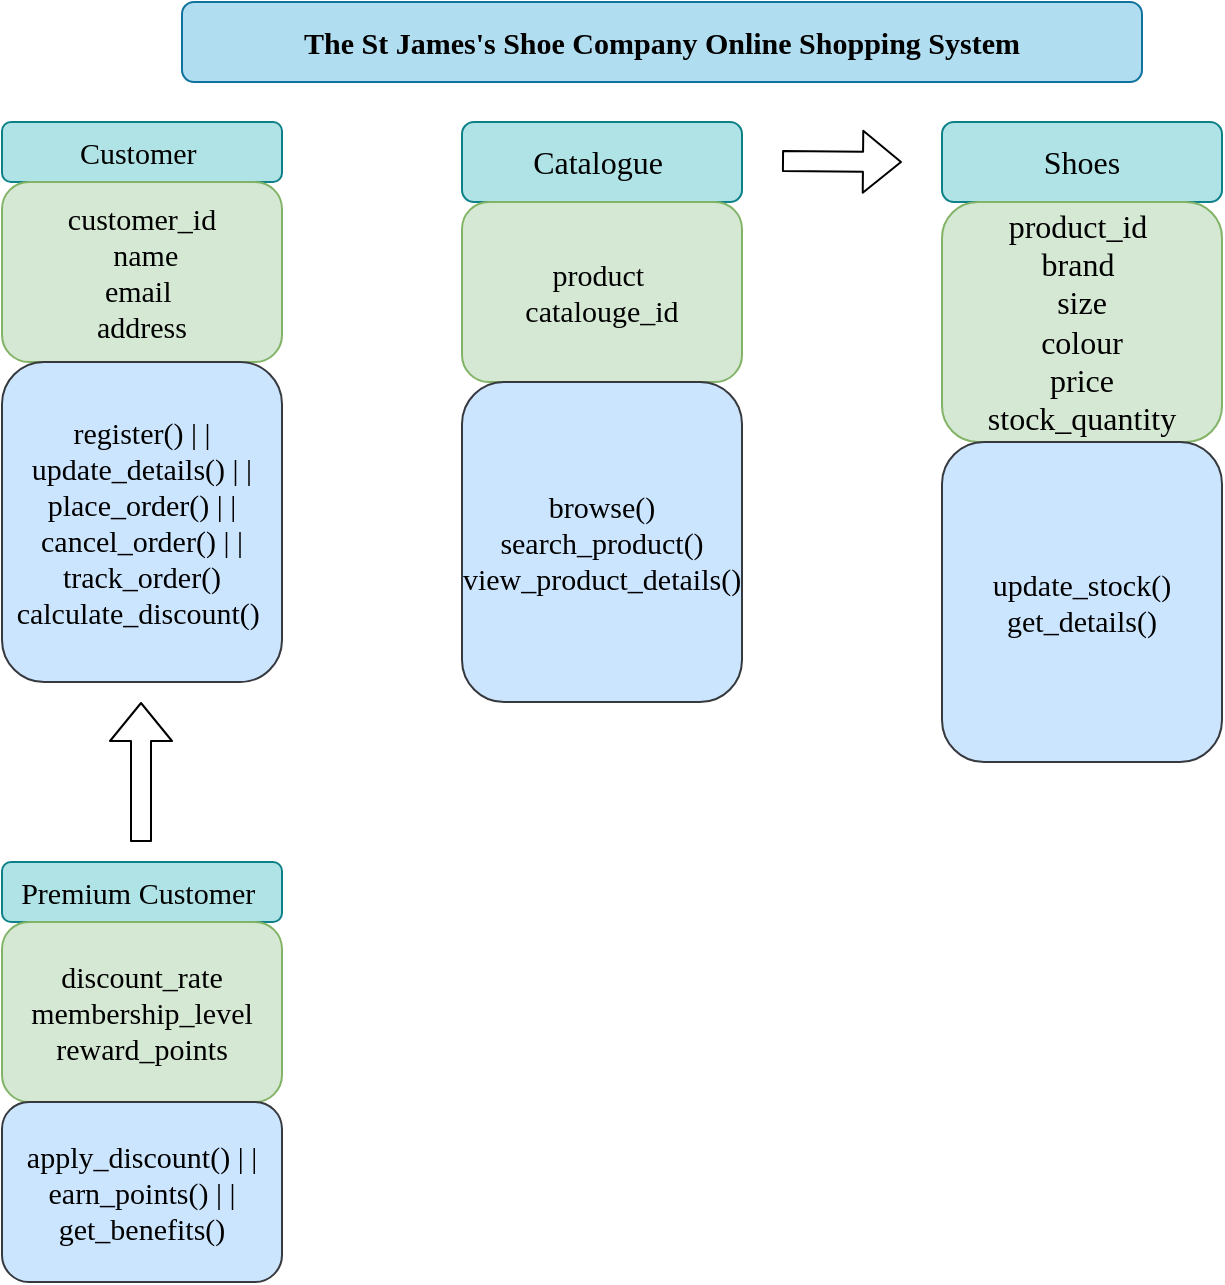
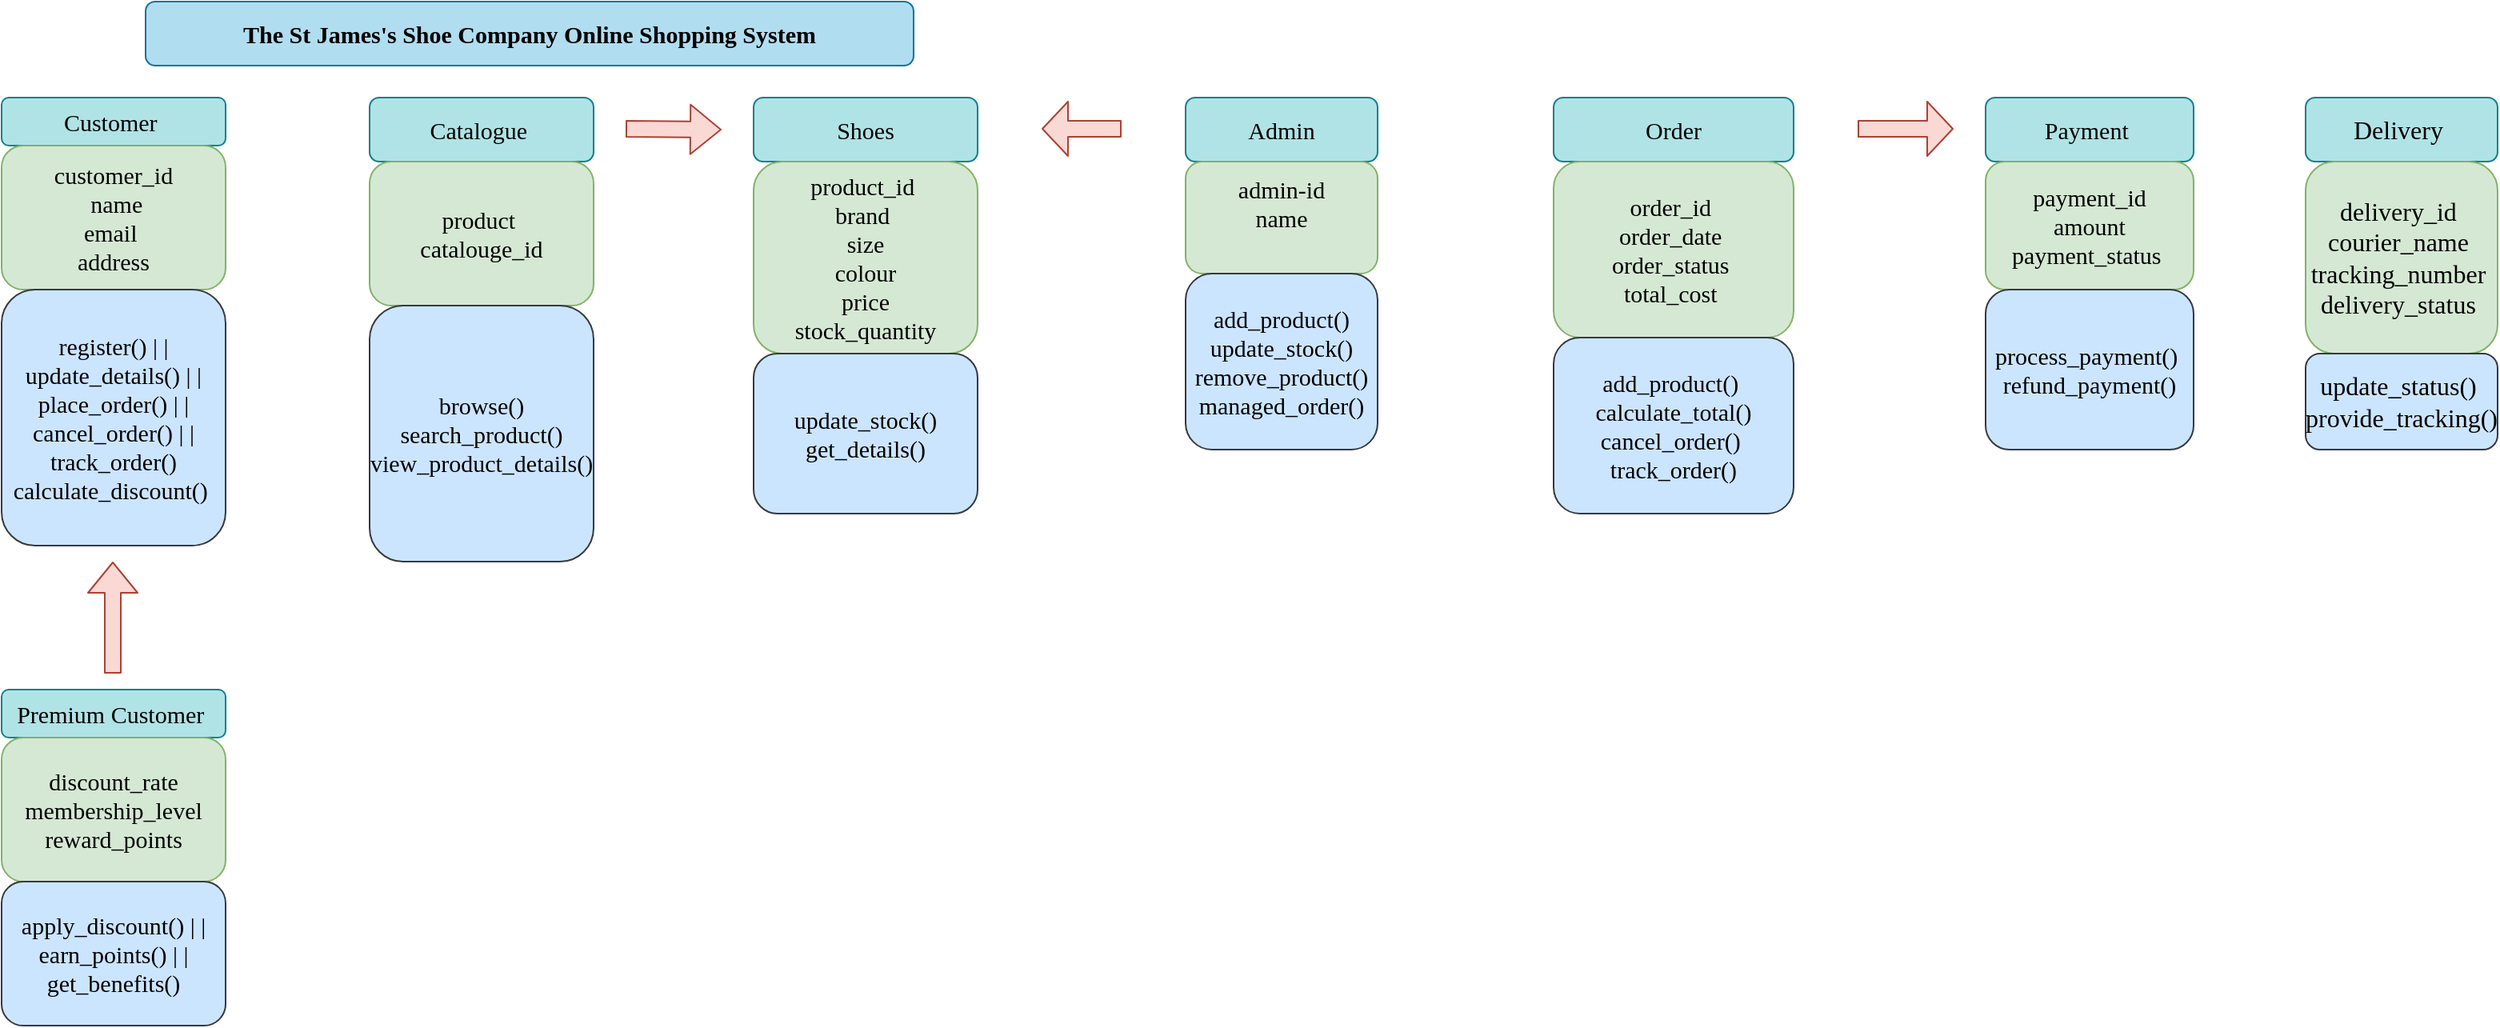
<mxfile host="app.diagrams.net">
  <diagram name="Page-1" id="zBQsa7cZHyROo2B0buzC">
-     <mxGraphModel dx="443" dy="619" grid="1" gridSize="10" guides="1" tooltips="1" connect="1" arrows="1" fold="1" page="1" pageScale="1" pageWidth="1654" pageHeight="2336" background="#FFFFFF" math="0" shadow="0">
+     <mxGraphModel dx="934" dy="619" grid="1" gridSize="10" guides="1" tooltips="1" connect="1" arrows="1" fold="1" page="1" pageScale="1" pageWidth="1654" pageHeight="2336" background="#FFFFFF" math="0" shadow="0">
      <root>
        <mxCell id="0" />
        <mxCell id="1" parent="0" />
        <mxCell id="wbyo3HuhCAC_yU22lBOG-1" parent="1" style="rounded=1;whiteSpace=wrap;html=1;fillColor=#b1ddf0;strokeColor=#10739e;fontFamily=Times New Roman;fontStyle=1;fontSize=15;" value="&lt;span data-token-index=&quot;0&quot; class=&quot;notion-enable-hover&quot; style=&quot;text-align: start;&quot;&gt;The St James&#39;s Shoe Company Online Shopping System&lt;/span&gt;" vertex="1">
          <mxGeometry height="40" width="480" x="110" y="20" as="geometry" />
        </mxCell>
        <mxCell id="wbyo3HuhCAC_yU22lBOG-4" edge="1" parent="1" source="wbyo3HuhCAC_yU22lBOG-2" style="edgeStyle=orthogonalEdgeStyle;rounded=1;orthogonalLoop=1;jettySize=auto;html=1;fontFamily=Times New Roman;fontSize=15;" target="wbyo3HuhCAC_yU22lBOG-3" value="">
          <mxGeometry relative="1" as="geometry" />
        </mxCell>
        <mxCell id="wbyo3HuhCAC_yU22lBOG-2" parent="1" style="rounded=1;whiteSpace=wrap;html=1;fillColor=#b0e3e6;strokeColor=#0e8088;fontFamily=Times New Roman;fontSize=15;" value="&lt;span style=&quot;text-align: start;&quot;&gt;Customer&amp;nbsp;&lt;/span&gt;" vertex="1">
          <mxGeometry height="30" width="140" x="20" y="80" as="geometry" />
        </mxCell>
        <mxCell id="wbyo3HuhCAC_yU22lBOG-3" parent="1" style="whiteSpace=wrap;html=1;rounded=1;fillColor=#d5e8d4;strokeColor=#82b366;fontFamily=Times New Roman;fontSize=15;" value="&lt;span style=&quot;text-align: start;&quot;&gt;customer_id&lt;/span&gt;&lt;div&gt;&lt;span style=&quot;text-align: start;&quot;&gt;&amp;nbsp; name&amp;nbsp;&lt;/span&gt;&lt;/div&gt;&lt;div&gt;&lt;span style=&quot;text-align: start;&quot;&gt;email&amp;nbsp;&lt;/span&gt;&lt;/div&gt;&lt;div&gt;&lt;span style=&quot;text-align: start;&quot;&gt;address&lt;/span&gt;&lt;/div&gt;" vertex="1">
          <mxGeometry height="90" width="140" x="20" y="110" as="geometry" />
        </mxCell>
        <mxCell id="wbyo3HuhCAC_yU22lBOG-5" parent="1" style="rounded=1;whiteSpace=wrap;html=1;fillColor=#cce5ff;strokeColor=#36393d;fontFamily=Times New Roman;fontSize=15;" value="&lt;span style=&quot;caret-color: rgb(0, 0, 0); color: rgb(0, 0, 0); font-style: normal; font-variant-caps: normal; font-weight: 400; letter-spacing: normal; orphans: 2; text-align: start; text-indent: 0px; text-transform: none; white-space: normal; widows: 2; word-spacing: 0px; -webkit-text-stroke-width: 0px; text-decoration: none; float: none; display: inline !important;&quot;&gt;register() | | update_details() | | place_order() | | cancel_order() | | track_order() calculate_discount()&lt;span class=&quot;Apple-converted-space&quot;&gt;&amp;nbsp;&lt;/span&gt;&lt;/span&gt;" vertex="1">
          <mxGeometry height="160" width="140" x="20" y="200" as="geometry" />
        </mxCell>
-         <mxCell id="wbyo3HuhCAC_yU22lBOG-6" edge="1" parent="1" style="shape=flexArrow;endArrow=classic;html=1;rounded=1;fontFamily=Times New Roman;fontSize=15;" value="">
+         <mxCell id="wbyo3HuhCAC_yU22lBOG-6" edge="1" parent="1" style="shape=flexArrow;endArrow=classic;html=1;rounded=1;fontFamily=Times New Roman;fontSize=15;fillColor=#fad9d5;strokeColor=#ae4132;" value="">
          <mxGeometry height="50" relative="1" width="50" as="geometry">
            <Array as="points" />
            <mxPoint x="89.5" y="440" as="sourcePoint" />
            <mxPoint x="89.5" y="370" as="targetPoint" />
          </mxGeometry>
        </mxCell>
        <mxCell id="wbyo3HuhCAC_yU22lBOG-7" parent="1" style="rounded=1;whiteSpace=wrap;html=1;fillColor=#b0e3e6;strokeColor=#0e8088;fontFamily=Times New Roman;fontSize=15;" value="&lt;font&gt;Premium Customer&amp;nbsp;&lt;/font&gt;" vertex="1">
          <mxGeometry height="30" width="140" x="20" y="450" as="geometry" />
        </mxCell>
        <mxCell id="wbyo3HuhCAC_yU22lBOG-8" parent="1" style="rounded=1;whiteSpace=wrap;html=1;fontFamily=Times New Roman;fontSize=15;fillColor=#d5e8d4;strokeColor=#82b366;" value="&lt;span style=&quot;text-align: start;&quot;&gt;discount_rate membership_level &amp;nbsp;reward_points&amp;nbsp;&lt;/span&gt;" vertex="1">
          <mxGeometry height="90" width="140" x="20" y="480" as="geometry" />
        </mxCell>
        <mxCell id="wbyo3HuhCAC_yU22lBOG-9" parent="1" style="rounded=1;whiteSpace=wrap;html=1;fontFamily=Times New Roman;fontSize=15;fillColor=#cce5ff;strokeColor=#36393d;" value="&lt;span style=&quot;caret-color: rgb(0, 0, 0); color: rgb(0, 0, 0); font-style: normal; font-variant-caps: normal; font-weight: 400; letter-spacing: normal; orphans: 2; text-align: start; text-indent: 0px; text-transform: none; white-space: normal; widows: 2; word-spacing: 0px; -webkit-text-stroke-width: 0px; text-decoration: none; float: none; display: inline !important;&quot;&gt;apply_discount() | | earn_points() | | get_benefits()&lt;/span&gt;" vertex="1">
          <mxGeometry height="90" width="140" x="20" y="570" as="geometry" />
        </mxCell>
-         <mxCell id="wbyo3HuhCAC_yU22lBOG-10" parent="1" style="rounded=1;whiteSpace=wrap;html=1;fillColor=#b0e3e6;strokeColor=#0e8088;" value="&lt;span style=&quot;font-family: -webkit-standard; font-size: medium; text-align: start;&quot;&gt;Catalogue&amp;nbsp;&lt;/span&gt;" vertex="1">
+         <mxCell id="wbyo3HuhCAC_yU22lBOG-10" parent="1" style="rounded=1;whiteSpace=wrap;html=1;fillColor=#b0e3e6;strokeColor=#0e8088;fontFamily=Times New Roman;fontSize=15;" value="&lt;span style=&quot;text-align: start;&quot;&gt;Catalogue&amp;nbsp;&lt;/span&gt;" vertex="1">
          <mxGeometry height="40" width="140" x="250" y="80" as="geometry" />
        </mxCell>
        <mxCell id="wbyo3HuhCAC_yU22lBOG-11" parent="1" style="whiteSpace=wrap;html=1;rounded=1;fillColor=#d5e8d4;strokeColor=#82b366;fontFamily=Times New Roman;fontSize=15;" value="product&amp;nbsp;&lt;div&gt;catalouge_id&lt;/div&gt;" vertex="1">
          <mxGeometry height="90" width="140" x="250" y="120" as="geometry" />
        </mxCell>
        <mxCell id="wbyo3HuhCAC_yU22lBOG-12" parent="1" style="rounded=1;whiteSpace=wrap;html=1;fillColor=#cce5ff;strokeColor=#36393d;fontFamily=Times New Roman;fontSize=15;" value="browse()&lt;div&gt;search_product()&lt;/div&gt;&lt;div&gt;view_product_details()&lt;/div&gt;" vertex="1">
          <mxGeometry height="160" width="140" x="250" y="210" as="geometry" />
        </mxCell>
-         <mxCell id="wbyo3HuhCAC_yU22lBOG-13" edge="1" parent="1" style="shape=flexArrow;endArrow=classic;html=1;rounded=1;" value="">
+         <mxCell id="wbyo3HuhCAC_yU22lBOG-13" edge="1" parent="1" style="shape=flexArrow;endArrow=classic;html=1;rounded=1;fillColor=#fad9d5;strokeColor=#ae4132;fontFamily=Times New Roman;fontSize=15;" value="">
          <mxGeometry height="50" relative="1" width="50" as="geometry">
            <mxPoint x="410" y="99.5" as="sourcePoint" />
            <mxPoint x="470" y="100" as="targetPoint" />
          </mxGeometry>
        </mxCell>
-         <mxCell id="wbyo3HuhCAC_yU22lBOG-14" parent="1" style="rounded=1;whiteSpace=wrap;html=1;fillColor=#b0e3e6;strokeColor=#0e8088;" value="&lt;span style=&quot;font-family: -webkit-standard; font-size: medium; text-align: start;&quot;&gt;Shoes&lt;/span&gt;" vertex="1">
+         <mxCell id="wbyo3HuhCAC_yU22lBOG-14" parent="1" style="rounded=1;whiteSpace=wrap;html=1;fillColor=#b0e3e6;strokeColor=#0e8088;fontFamily=Times New Roman;fontSize=15;" value="&lt;span style=&quot;text-align: start;&quot;&gt;Shoes&lt;/span&gt;" vertex="1">
          <mxGeometry height="40" width="140" x="490" y="80" as="geometry" />
        </mxCell>
-         <mxCell id="wbyo3HuhCAC_yU22lBOG-15" parent="1" style="whiteSpace=wrap;html=1;rounded=1;fillColor=#d5e8d4;strokeColor=#82b366;fontFamily=Times New Roman;fontSize=15;" value="&lt;div&gt;&lt;span style=&quot;font-family: -webkit-standard; font-size: medium; text-align: start;&quot;&gt;&lt;br&gt;&lt;/span&gt;&lt;/div&gt;&lt;span style=&quot;font-family: -webkit-standard; font-size: medium; text-align: start;&quot;&gt;product_id&amp;nbsp;&lt;/span&gt;&lt;br&gt;&lt;div&gt;&lt;span style=&quot;font-family: -webkit-standard; font-size: medium; text-align: start;&quot;&gt;brand&amp;nbsp;&lt;/span&gt;&lt;span style=&quot;font-family: -webkit-standard; font-size: medium; text-align: start;&quot;&gt;&lt;br&gt;&lt;/span&gt;&lt;/div&gt;&lt;div&gt;&lt;span style=&quot;font-family: -webkit-standard; font-size: medium; text-align: start;&quot;&gt;size&lt;/span&gt;&lt;/div&gt;&lt;div&gt;&lt;span style=&quot;font-family: -webkit-standard; font-size: medium; text-align: start;&quot;&gt;colour&lt;/span&gt;&lt;/div&gt;&lt;div&gt;&lt;span style=&quot;font-family: -webkit-standard; font-size: medium; text-align: start;&quot;&gt;price&lt;/span&gt;&lt;/div&gt;&lt;div&gt;&lt;span style=&quot;font-family: -webkit-standard; font-size: medium; text-align: start;&quot;&gt;stock_quantity&lt;/span&gt;&lt;/div&gt;&lt;div&gt;&lt;span style=&quot;font-family: -webkit-standard; font-size: medium; text-align: start;&quot;&gt;&lt;br&gt;&lt;/span&gt;&lt;/div&gt;" vertex="1">
+         <mxCell id="wbyo3HuhCAC_yU22lBOG-15" parent="1" style="whiteSpace=wrap;html=1;rounded=1;fillColor=#d5e8d4;strokeColor=#82b366;fontFamily=Times New Roman;fontSize=15;" value="&lt;div&gt;&lt;span style=&quot;text-align: start;&quot;&gt;&lt;br&gt;&lt;/span&gt;&lt;/div&gt;&lt;span style=&quot;text-align: start;&quot;&gt;product_id&amp;nbsp;&lt;/span&gt;&lt;br&gt;&lt;div&gt;&lt;span style=&quot;text-align: start;&quot;&gt;brand&amp;nbsp;&lt;/span&gt;&lt;span style=&quot;text-align: start;&quot;&gt;&lt;br&gt;&lt;/span&gt;&lt;/div&gt;&lt;div&gt;&lt;span style=&quot;text-align: start;&quot;&gt;size&lt;/span&gt;&lt;/div&gt;&lt;div&gt;&lt;span style=&quot;text-align: start;&quot;&gt;colour&lt;/span&gt;&lt;/div&gt;&lt;div&gt;&lt;span style=&quot;text-align: start;&quot;&gt;price&lt;/span&gt;&lt;/div&gt;&lt;div&gt;&lt;span style=&quot;text-align: start;&quot;&gt;stock_quantity&lt;/span&gt;&lt;/div&gt;&lt;div&gt;&lt;span style=&quot;text-align: start;&quot;&gt;&lt;br&gt;&lt;/span&gt;&lt;/div&gt;" vertex="1">
          <mxGeometry height="120" width="140" x="490" y="120" as="geometry" />
        </mxCell>
        <mxCell id="wbyo3HuhCAC_yU22lBOG-16" parent="1" style="rounded=1;whiteSpace=wrap;html=1;fillColor=#cce5ff;strokeColor=#36393d;fontFamily=Times New Roman;fontSize=15;" value="update_stock()&lt;div&gt;get_details()&lt;/div&gt;" vertex="1">
-           <mxGeometry height="160" width="140" x="490" y="240" as="geometry" />
+           <mxGeometry height="100" width="140" x="490" y="240" as="geometry" />
+         </mxCell>
+         <mxCell id="wbyo3HuhCAC_yU22lBOG-18" edge="1" parent="1" style="shape=flexArrow;endArrow=classic;html=1;rounded=1;endWidth=23;endSize=5;fillColor=#fad9d5;strokeColor=#ae4132;fontFamily=Times New Roman;fontSize=15;" value="">
+           <mxGeometry height="50" relative="1" width="50" as="geometry">
+             <mxPoint x="720" y="99.5" as="sourcePoint" />
+             <mxPoint x="670" y="99.5" as="targetPoint" />
+           </mxGeometry>
+         </mxCell>
+         <mxCell id="wbyo3HuhCAC_yU22lBOG-19" parent="1" style="rounded=1;whiteSpace=wrap;html=1;fontFamily=Times New Roman;fontSize=15;fillColor=#b0e3e6;strokeColor=#0e8088;" value="&lt;font&gt;Admin&lt;/font&gt;" vertex="1">
+           <mxGeometry height="40" width="120" x="760" y="80" as="geometry" />
+         </mxCell>
+         <mxCell id="wbyo3HuhCAC_yU22lBOG-20" parent="1" style="rounded=1;whiteSpace=wrap;html=1;fontSize=15;fontFamily=Times New Roman;fillColor=#d5e8d4;strokeColor=#82b366;" value="admin-id&lt;div&gt;name&lt;/div&gt;&lt;div&gt;&lt;br&gt;&lt;/div&gt;" vertex="1">
+           <mxGeometry height="70" width="120" x="760" y="120" as="geometry" />
+         </mxCell>
+         <mxCell id="wbyo3HuhCAC_yU22lBOG-21" parent="1" style="rounded=1;whiteSpace=wrap;html=1;fontSize=15;fontFamily=Times New Roman;fillColor=#cce5ff;strokeColor=#36393d;" value="add_product()&lt;div&gt;update_stock()&lt;/div&gt;&lt;div&gt;remove_product()&lt;/div&gt;&lt;div&gt;managed_order()&lt;/div&gt;" vertex="1">
+           <mxGeometry height="110" width="120" x="760" y="190" as="geometry" />
+         </mxCell>
+         <mxCell id="wbyo3HuhCAC_yU22lBOG-22" parent="1" style="rounded=1;whiteSpace=wrap;html=1;fontFamily=Times New Roman;fontSize=15;fillColor=#b0e3e6;strokeColor=#0e8088;" value="Order" vertex="1">
+           <mxGeometry height="40" width="150" x="990" y="80" as="geometry" />
+         </mxCell>
+         <mxCell id="wbyo3HuhCAC_yU22lBOG-23" parent="1" style="rounded=1;whiteSpace=wrap;html=1;fontFamily=Times New Roman;fontSize=15;fillColor=#d5e8d4;strokeColor=#82b366;" value="&lt;span style=&quot;text-align: start;&quot;&gt;order_id&amp;nbsp;&lt;/span&gt;&lt;div&gt;&lt;span style=&quot;text-align: start;&quot;&gt;order_date&amp;nbsp;&lt;/span&gt;&lt;span style=&quot;text-align: start;&quot;&gt;&lt;br&gt;&lt;/span&gt;&lt;/div&gt;&lt;div&gt;&lt;span style=&quot;text-align: start;&quot;&gt;order_status&amp;nbsp;&lt;/span&gt;&lt;span style=&quot;text-align: start;&quot;&gt;&lt;br&gt;&lt;/span&gt;&lt;/div&gt;&lt;div&gt;&lt;span style=&quot;text-align: start;&quot;&gt;total_cost&amp;nbsp;&lt;/span&gt;&lt;span style=&quot;text-align: start;&quot;&gt;&lt;br&gt;&lt;/span&gt;&lt;/div&gt;" vertex="1">
+           <mxGeometry height="110" width="150" x="990" y="120" as="geometry" />
+         </mxCell>
+         <mxCell id="wbyo3HuhCAC_yU22lBOG-24" parent="1" style="rounded=1;whiteSpace=wrap;html=1;fontFamily=Times New Roman;fontSize=15;fillColor=#cce5ff;strokeColor=#36393d;" value="&lt;span style=&quot;text-align: start;&quot;&gt;add_product()&amp;nbsp;&lt;/span&gt;&lt;div&gt;&lt;span style=&quot;text-align: start;&quot;&gt;calculate_total()&lt;/span&gt;&lt;span style=&quot;text-align: start;&quot;&gt;&lt;br&gt;&lt;/span&gt;&lt;/div&gt;&lt;div&gt;&lt;span style=&quot;text-align: start;&quot;&gt;cancel_order()&amp;nbsp;&lt;/span&gt;&lt;span style=&quot;text-align: start;&quot;&gt;&lt;br&gt;&lt;/span&gt;&lt;/div&gt;&lt;div&gt;&lt;span style=&quot;text-align: start;&quot;&gt;track_order()&lt;/span&gt;&lt;span style=&quot;text-align: start;&quot;&gt;&lt;br&gt;&lt;/span&gt;&lt;/div&gt;" vertex="1">
+           <mxGeometry height="110" width="150" x="990" y="230" as="geometry" />
+         </mxCell>
+         <mxCell id="wbyo3HuhCAC_yU22lBOG-26" edge="1" parent="1" style="shape=flexArrow;endArrow=classic;html=1;rounded=1;endWidth=23;endSize=5;fillColor=#fad9d5;strokeColor=#ae4132;fontFamily=Times New Roman;fontSize=15;" value="">
+           <mxGeometry height="50" relative="1" width="50" as="geometry">
+             <Array as="points">
+               <mxPoint x="1180" y="99.5" />
+             </Array>
+             <mxPoint x="1180" y="99.5" as="sourcePoint" />
+             <mxPoint x="1240" y="99.5" as="targetPoint" />
+           </mxGeometry>
+         </mxCell>
+         <mxCell id="wbyo3HuhCAC_yU22lBOG-27" parent="1" style="rounded=1;whiteSpace=wrap;html=1;fontFamily=Times New Roman;fontSize=15;fillColor=#b0e3e6;strokeColor=#0e8088;" value="&lt;span style=&quot;caret-color: rgb(0, 0, 0); color: rgb(0, 0, 0); font-style: normal; font-variant-caps: normal; font-weight: 400; letter-spacing: normal; orphans: 2; text-align: start; text-indent: 0px; text-transform: none; white-space: normal; widows: 2; word-spacing: 0px; -webkit-text-stroke-width: 0px; text-decoration: none; float: none; display: inline !important;&quot;&gt;Payment&lt;span class=&quot;Apple-converted-space&quot;&gt;&amp;nbsp;&lt;/span&gt;&lt;/span&gt;" vertex="1">
+           <mxGeometry height="40" width="130" x="1260" y="80" as="geometry" />
+         </mxCell>
+         <mxCell id="wbyo3HuhCAC_yU22lBOG-28" parent="1" style="rounded=1;whiteSpace=wrap;html=1;fontFamily=Times New Roman;fontSize=15;fillColor=#d5e8d4;strokeColor=#82b366;" value="payment_id&lt;div&gt;amount&lt;/div&gt;&lt;div&gt;&lt;span style=&quot;text-align: start;&quot;&gt;payment_status&amp;nbsp;&lt;/span&gt;&lt;br&gt;&lt;/div&gt;" vertex="1">
+           <mxGeometry height="80" width="130" x="1260" y="120" as="geometry" />
+         </mxCell>
+         <mxCell id="wbyo3HuhCAC_yU22lBOG-29" parent="1" style="rounded=1;whiteSpace=wrap;html=1;fontFamily=Times New Roman;fontSize=15;fillColor=#cce5ff;strokeColor=#36393d;" value="&lt;span style=&quot;text-align: start;&quot;&gt;process_payment()&amp;nbsp;&lt;/span&gt;&lt;div&gt;&lt;span style=&quot;text-align: start;&quot;&gt;refund_payment()&lt;/span&gt;&lt;/div&gt;" vertex="1">
+           <mxGeometry height="100" width="130" x="1260" y="200" as="geometry" />
+         </mxCell>
+         <mxCell id="wbyo3HuhCAC_yU22lBOG-30" parent="1" style="rounded=1;whiteSpace=wrap;html=1;fillColor=#b0e3e6;strokeColor=#0e8088;" value="&lt;span style=&quot;font-family: -webkit-standard; font-size: medium; text-align: start;&quot;&gt;Delivery&amp;nbsp;&lt;/span&gt;" vertex="1">
+           <mxGeometry height="40" width="120" x="1460" y="80" as="geometry" />
+         </mxCell>
+         <mxCell id="wbyo3HuhCAC_yU22lBOG-31" parent="1" style="rounded=1;whiteSpace=wrap;html=1;fillColor=#d5e8d4;strokeColor=#82b366;" value="&lt;span style=&quot;font-family: -webkit-standard; font-size: medium; text-align: start;&quot;&gt;delivery_id&amp;nbsp;&lt;/span&gt;&lt;div&gt;&lt;span style=&quot;font-family: -webkit-standard; font-size: medium; text-align: start;&quot;&gt;courier_name&amp;nbsp;&lt;/span&gt;&lt;span style=&quot;font-family: -webkit-standard; font-size: medium; text-align: start;&quot;&gt;&lt;br&gt;&lt;/span&gt;&lt;/div&gt;&lt;div&gt;&lt;span style=&quot;font-family: -webkit-standard; font-size: medium; text-align: start;&quot;&gt;tracking_number&amp;nbsp;&lt;/span&gt;&lt;span style=&quot;font-family: -webkit-standard; font-size: medium; text-align: start;&quot;&gt;&lt;br&gt;&lt;/span&gt;&lt;/div&gt;&lt;div&gt;&lt;span style=&quot;font-family: -webkit-standard; font-size: medium; text-align: start;&quot;&gt;delivery_status&amp;nbsp;&lt;/span&gt;&lt;span style=&quot;font-family: -webkit-standard; font-size: medium; text-align: start;&quot;&gt;&lt;br&gt;&lt;/span&gt;&lt;/div&gt;" vertex="1">
+           <mxGeometry height="120" width="120" x="1460" y="120" as="geometry" />
+         </mxCell>
+         <mxCell id="wbyo3HuhCAC_yU22lBOG-33" parent="1" style="rounded=1;whiteSpace=wrap;html=1;fillColor=#cce5ff;strokeColor=#36393d;" value="&lt;span style=&quot;font-family: -webkit-standard; font-size: medium; text-align: start;&quot;&gt;update_status()&amp;nbsp;&lt;/span&gt;&lt;div&gt;&lt;span style=&quot;font-family: -webkit-standard; font-size: medium; text-align: start;&quot;&gt;provide_tracking()&lt;/span&gt;&lt;span style=&quot;font-family: -webkit-standard; font-size: medium; text-align: start;&quot;&gt;&lt;br&gt;&lt;/span&gt;&lt;/div&gt;" vertex="1">
+           <mxGeometry height="60" width="120" x="1460" y="240" as="geometry" />
        </mxCell>
      </root>
    </mxGraphModel>
  </diagram>
</mxfile>
